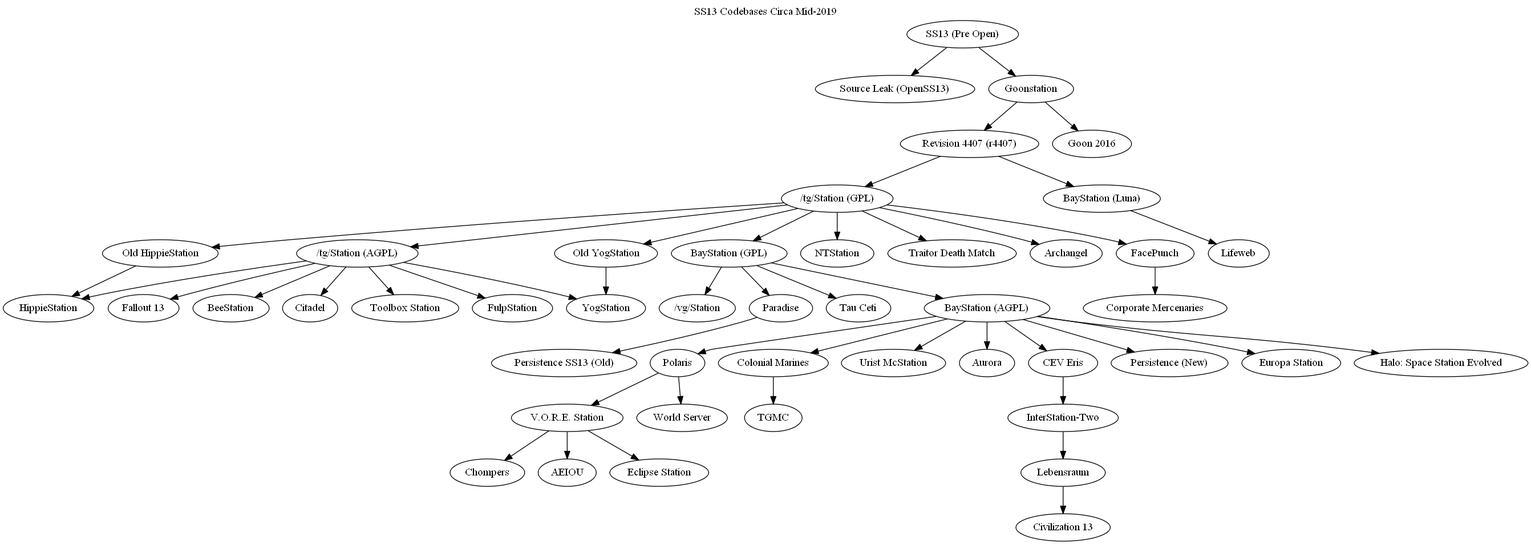
Earlier version of the Graphviz export tree.png (spacestation13/SS13-Codebases). Its source is kept beside it as tree.dot.
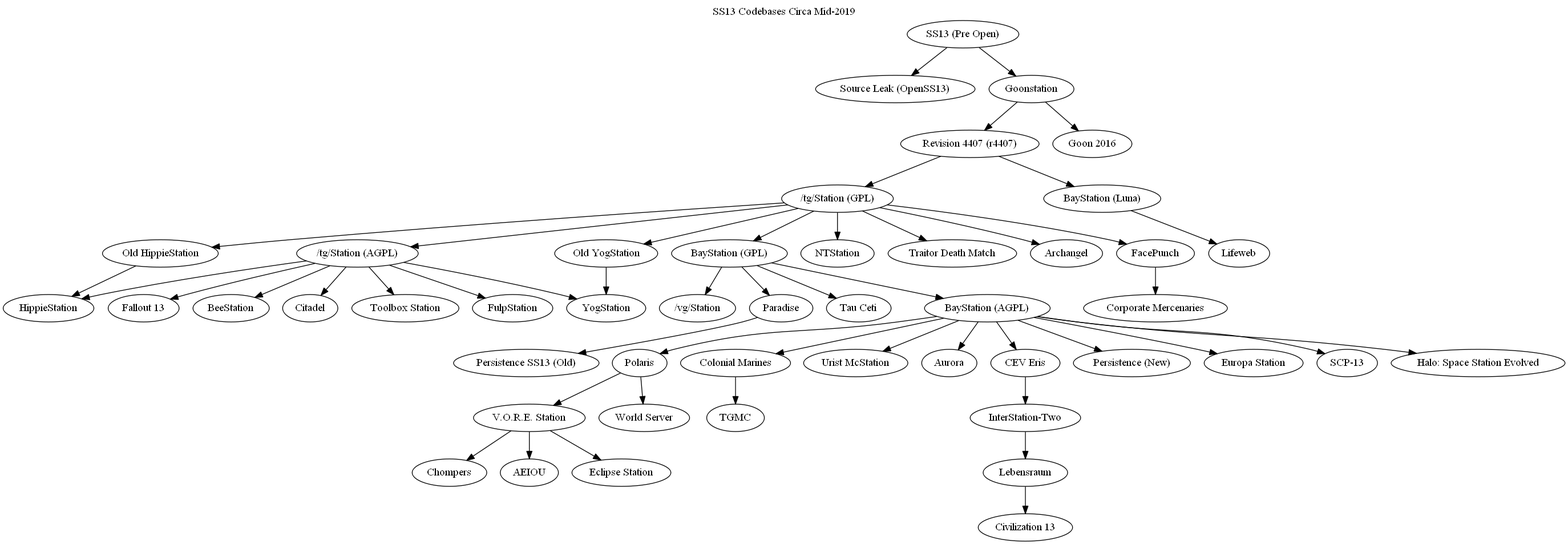
Above is the later version.

What changed in the source:
```diff
@@ -38,6 +38,7 @@
 	"BayStation (AGPL)" -> "CEV Eris"
 	"BayStation (AGPL)" -> "Persistence (New)"
 	"BayStation (AGPL)" -> "Europa Station"
+	"BayStation (AGPL)" -> "SCP-13"
 	"BayStation (AGPL)" -> "Halo: Space Station Evolved"
 	"CEV Eris" -> "InterStation-Two"
 	"InterStation-Two" -> "Lebensraum"
```
